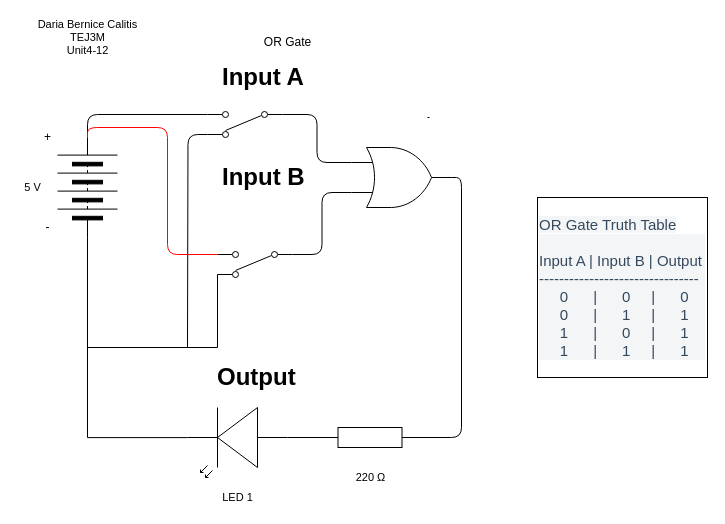
This is Unit4-12/TEJ3M-Unit4-12.drawio from dbcalitis/TEJ3M-Unit-4, a draw.io file, before an edit. Source tidied: cells renumbered, new cells numbered last; positions are measured from the earlier drawing's top-left corner, leaving out a move shared by most shapes. Both pictures are drawn from the tidied source at 100%, with x=0, y=0 at pixel (17, 17).
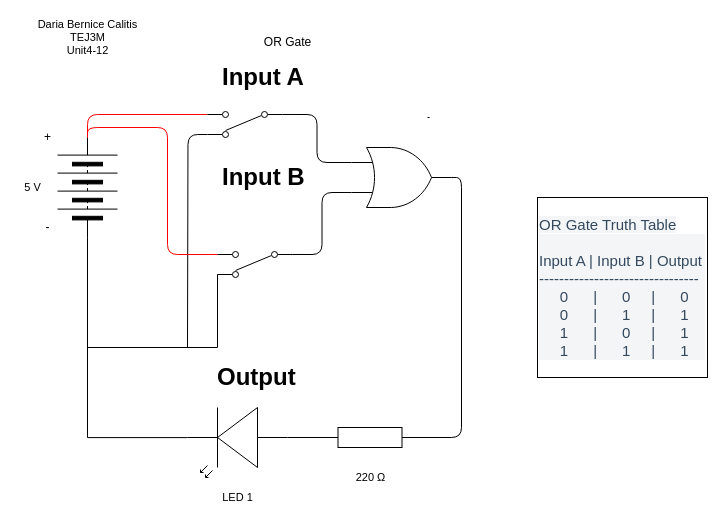
The same diagram, later.

Unchanged cells that the change refers to:
```xml
<mxCell id="3" style="verticalLabelPosition=bottom;shadow=0;dashed=0;align=center;html=1;verticalAlign=top;shape=mxgraph.electrical.miscellaneous.batteryStack;rotation=-90;" parent="1" vertex="1">
  <mxGeometry x="20" y="140" width="100" height="60" as="geometry" />
</mxCell>
<mxCell id="17" style="verticalLabelPosition=bottom;shadow=0;dashed=0;align=center;html=1;verticalAlign=top;shape=mxgraph.electrical.electro-mechanical.2-way_switch;rotation=-180;" parent="1" vertex="1">
  <mxGeometry x="190" y="94" width="75" height="26" as="geometry" />
</mxCell>
```

Diff of the diagram source:
```diff
@@
-    <mxCell id="2" style="edgeStyle=orthogonalEdgeStyle;html=1;exitX=1;exitY=0.5;exitDx=0;exitDy=0;entryX=1;entryY=0.885;entryDx=0;entryDy=0;entryPerimeter=0;endArrow=none;endFill=0;" parent="1" edge="1" source="3" target="17">
+    <mxCell id="2" style="edgeStyle=orthogonalEdgeStyle;html=1;exitX=1;exitY=0.5;exitDx=0;exitDy=0;entryX=1;entryY=0.885;entryDx=0;entryDy=0;entryPerimeter=0;endArrow=none;endFill=0;strokeColor=#FF0000;" parent="1" edge="1" source="3" target="17">
       <mxGeometry relative="1" as="geometry" />
     </mxCell>
```
